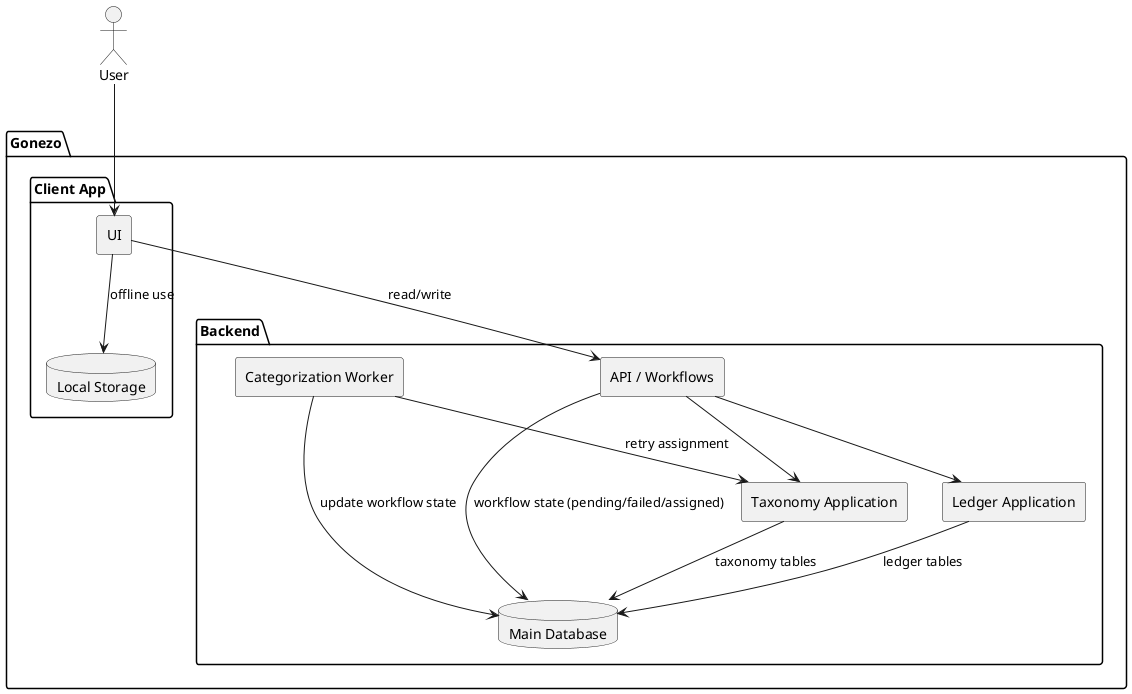
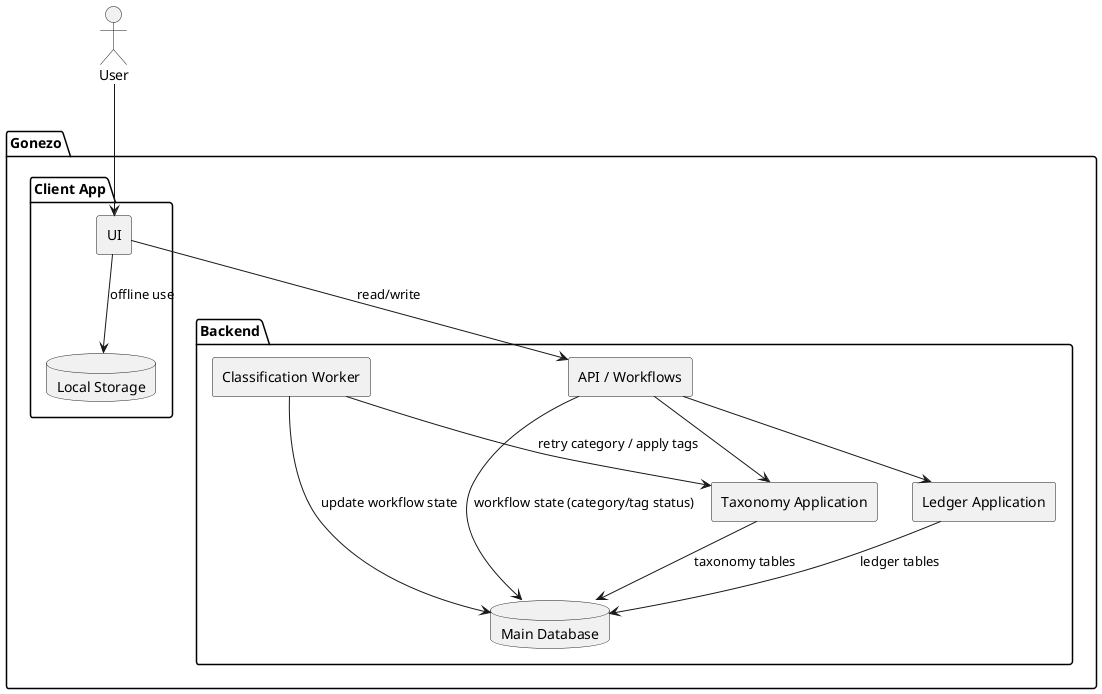
@startuml
skinparam componentStyle rectangle
skinparam shadowing false
hide stereotypes

actor User

package "Gonezo" {
  package "Client App" {
    component UI
    database "Local Storage" as CacheDb
  }

  package "Backend" {
    component "API / Workflows" as API
    component "Ledger Application" as LedgerApp
    component "Taxonomy Application" as TaxonomyApp
-     component "Categorization Worker" as Worker
+     component "Classification Worker" as Worker
    database "Main Database" as MainDb
  }

  UI --> API : read/write
  UI --> CacheDb : offline use
  API --> LedgerApp
  API --> TaxonomyApp
-   API --> MainDb : workflow state (pending/failed/assigned)
-   Worker --> TaxonomyApp : retry assignment
+   API --> MainDb : workflow state (category/tag status)
+   Worker --> TaxonomyApp : retry category / apply tags
  Worker --> MainDb : update workflow state
  LedgerApp --> MainDb : ledger tables
  TaxonomyApp --> MainDb : taxonomy tables
}

User --> UI

@enduml
